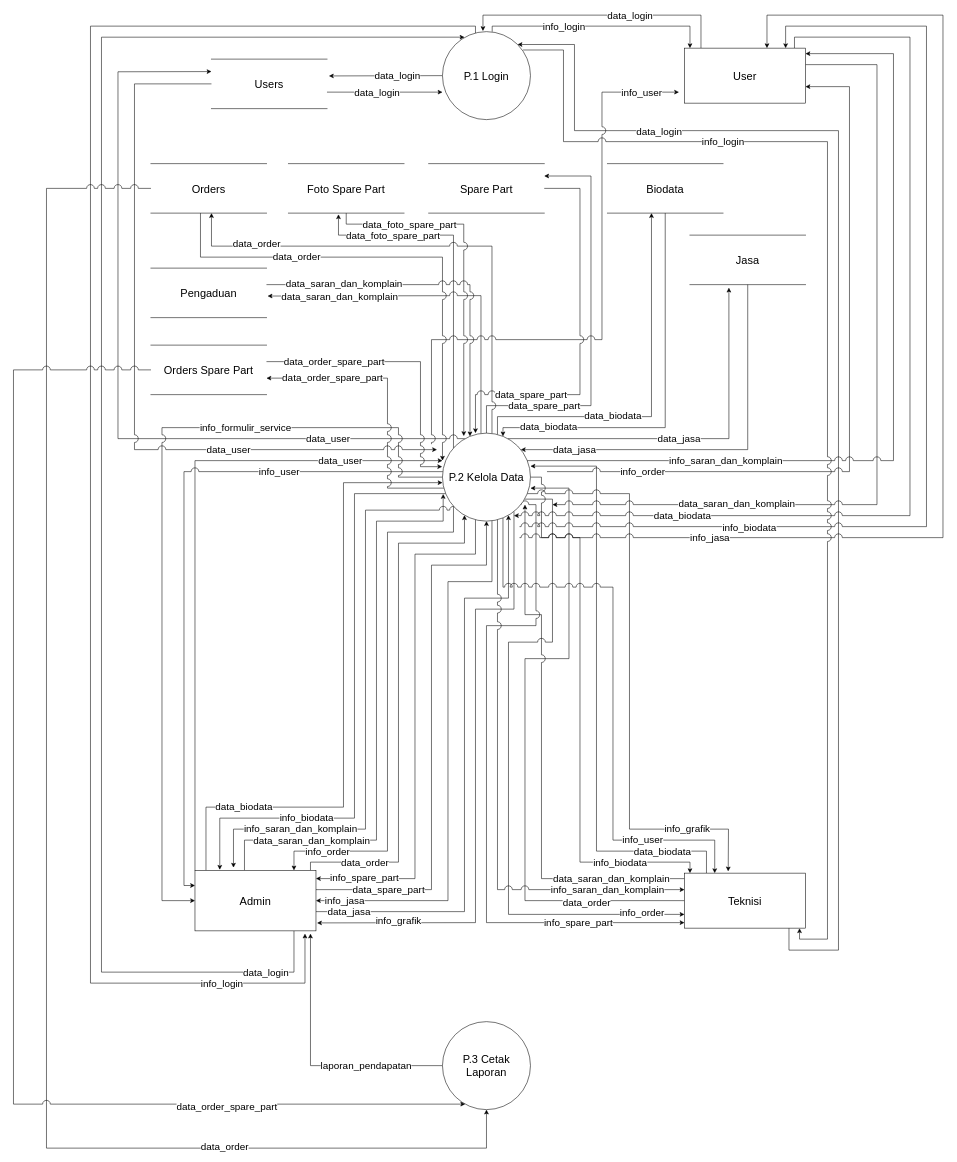
This is dfd update/Data Flow Diagram Level 0.drawio from Naveigell/ta2, a draw.io file, before an edit. Source tidied: cells renumbered, new cells numbered last; positions are measured from the earlier drawing's top-left corner, leaving out a move shared by most shapes. Both pictures are drawn from the tidied source at 55%, with x=0, y=0 at pixel (13, 15).
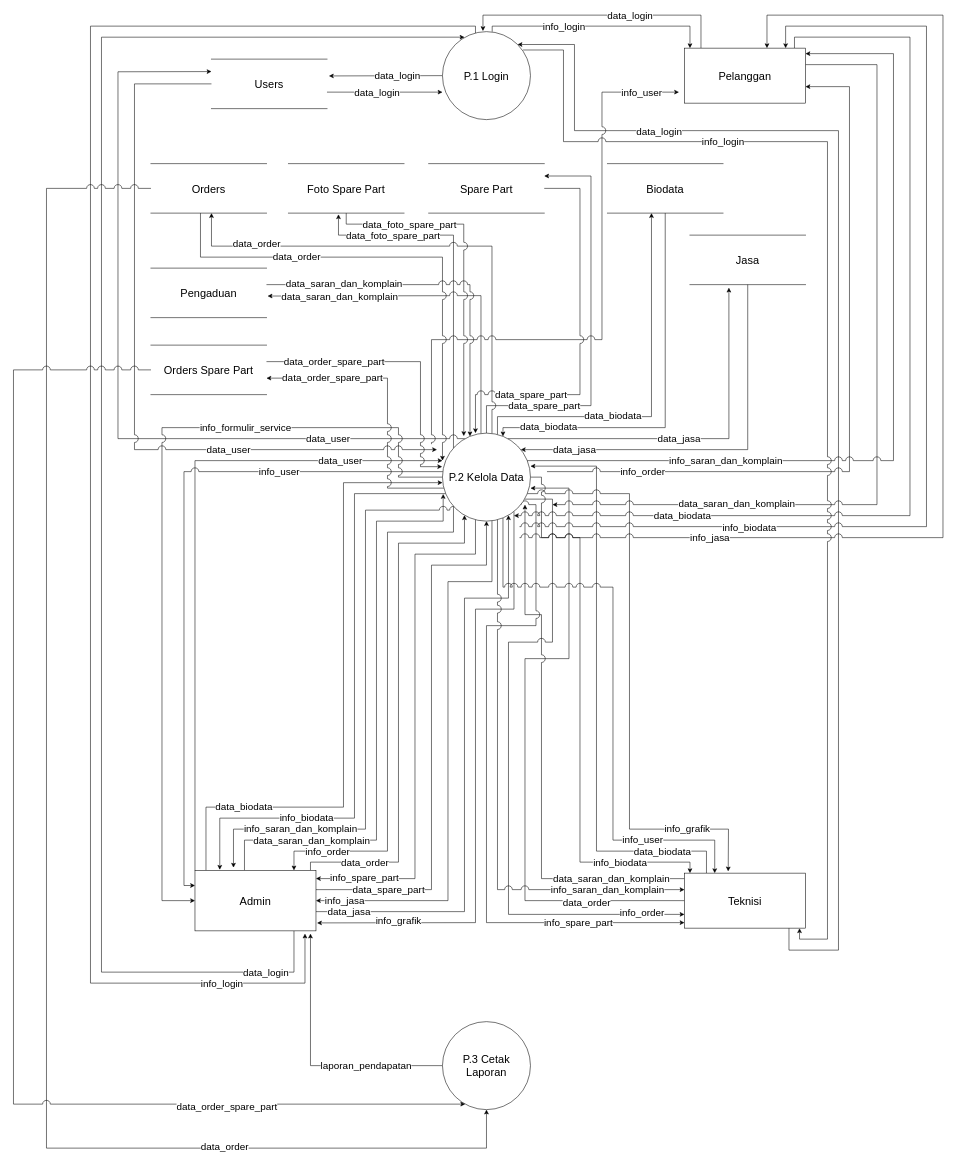
The same page after the edit.

The edit, as a diff of the source:
```diff
@@
-    <mxCell id="96" value="User" style="rounded=0;whiteSpace=wrap;html=1;fontSize=20;" parent="1" vertex="1">
+    <mxCell id="96" value="Pelanggan" style="rounded=0;whiteSpace=wrap;html=1;fontSize=20;" parent="1" vertex="1">
       <mxGeometry x="1220" y="60" width="220" height="100" as="geometry" />
     </mxCell>
```
